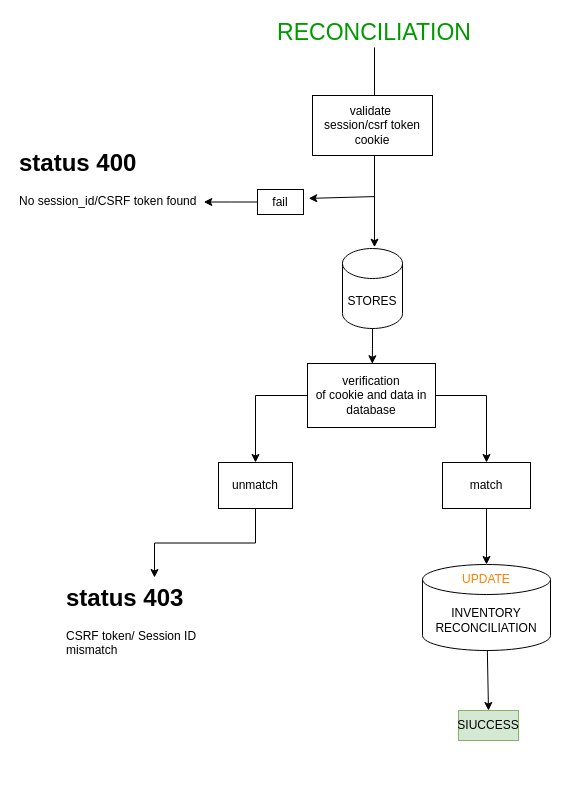
Before: architecture/reconciliation.drawio in Synthetic-Pitch/pos_solo_supabase, a draw.io diagram. Source tidied: cells renumbered, new cells numbered last; positions are measured from the earlier drawing's top-left corner, leaving out a move shared by most shapes. Both pictures are drawn from the tidied source at 100%, with x=0, y=0 at pixel (17, 17).
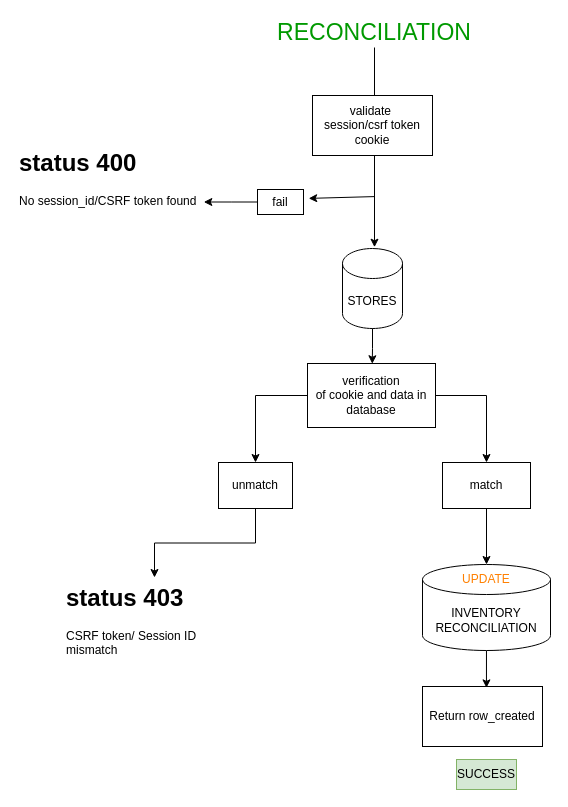
After the change.

Unchanged cells that the change refers to:
```xml
<mxCell id="19" value="INVENTORY&lt;div&gt;RECONCILIATION&lt;/div&gt;" style="shape=cylinder3;whiteSpace=wrap;html=1;boundedLbl=1;backgroundOutline=1;size=15;" parent="1" vertex="1">
  <mxGeometry x="405" y="547" width="128" height="86" as="geometry" />
</mxCell>
```

The edit, as a diff of the source:
```diff
@@
-    <mxCell id="18" style="edgeStyle=none;html=1;entryX=0.5;entryY=0;entryDx=0;entryDy=0;" parent="1" edge="1" source="19" target="22">
-      <mxGeometry relative="1" as="geometry" />
-    </mxCell>
+    <mxCell id="23" style="edgeStyle=none;html=1;entryX=0.533;entryY=0.023;entryDx=0;entryDy=0;entryPerimeter=0;" parent="1" edge="1" source="19" target="24">
+      <mxGeometry relative="1" as="geometry" />
+    </mxCell>
@@
-    <mxCell id="22" value="SIUCCESS" style="text;html=1;align=center;verticalAlign=middle;whiteSpace=wrap;rounded=0;fillColor=#d5e8d4;strokeColor=#82b366;" parent="1" vertex="1">
-      <mxGeometry x="441" y="693" width="60" height="30" as="geometry" />
+    <mxCell id="22" value="SUCCESS" style="text;html=1;align=center;verticalAlign=middle;whiteSpace=wrap;rounded=0;fillColor=#d5e8d4;strokeColor=#82b366;" parent="1" vertex="1">
+      <mxGeometry x="439" y="742" width="60" height="30" as="geometry" />
     </mxCell>
+    <mxCell id="24" value="Return row_created" style="rounded=0;whiteSpace=wrap;html=1;" parent="1" vertex="1">
+      <mxGeometry x="405" y="669" width="120" height="60" as="geometry" />
+    </mxCell>
```
